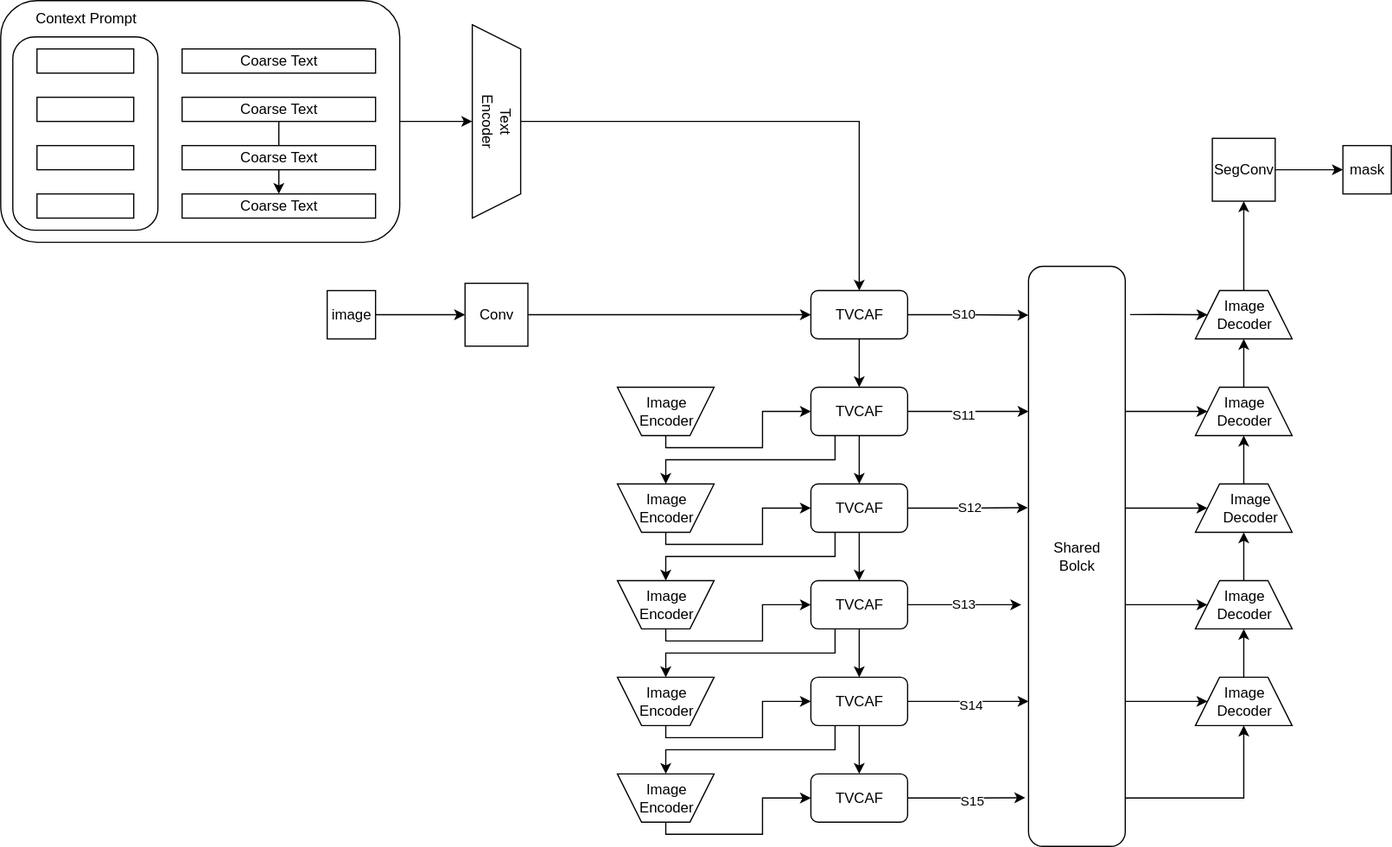
Above: MoME_revise/Gating.drawio.svg in hchench/NetStructure (draw.io), before the change. Source tidied: cells renumbered, new cells last; positions are measured from the earlier drawing's top-left corner, leaving out a move shared by most shapes.
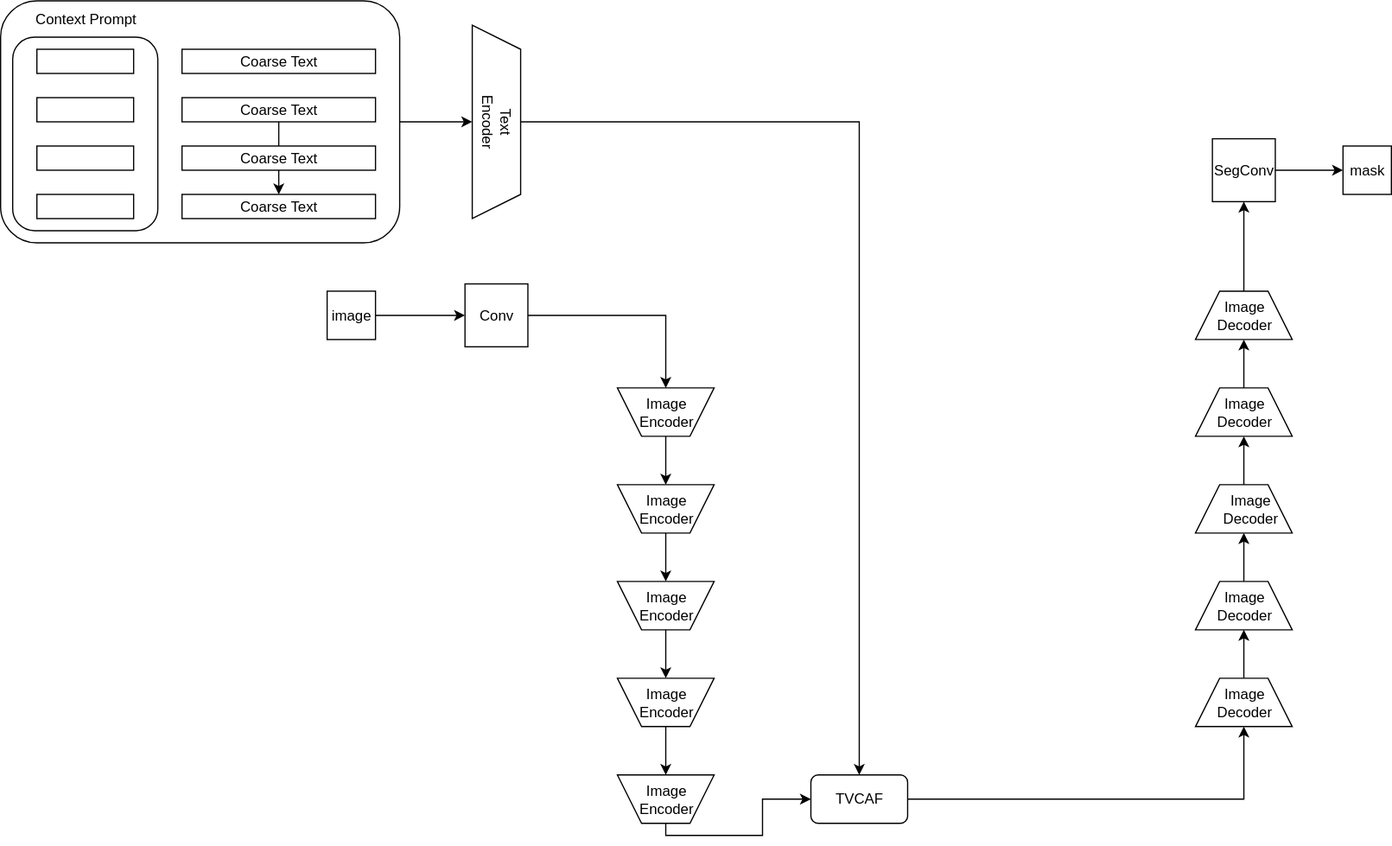
The same file after the commit.

The edit, as a diff of the source:
```diff
@@ -11,15 +11,9 @@
     <mxCell id="4" style="rounded=1;whiteSpace=wrap;html=1;" parent="1" vertex="1">
       <mxGeometry x="10" y="30" width="120" height="160" as="geometry" />
     </mxCell>
-    <mxCell id="5" style="edgeStyle=orthogonalEdgeStyle;rounded=0;jettySize=auto;html=1;exitX=0.5;exitY=0;exitDx=0;exitDy=0;entryX=0;entryY=0.5;entryDx=0;entryDy=0;" parent="1" edge="1" source="6" target="53">
-      <mxGeometry relative="1" as="geometry">
-        <Array as="points">
-          <mxPoint x="550" y="370" />
-          <mxPoint x="630" y="370" />
-          <mxPoint x="630" y="340" />
-        </Array>
-      </mxGeometry>
-    </mxCell>
+    <mxCell id="88" style="edgeStyle=orthogonalEdgeStyle;rounded=0;jettySize=auto;html=1;" parent="1" edge="1" source="6" target="27">
+      <mxGeometry relative="1" as="geometry" />
+    </mxCell>
     <mxCell id="6" style="shape=trapezoid;perimeter=trapezoidPerimeter;whiteSpace=wrap;html=1;fixedSize=1;rotation=-180;" parent="1" vertex="1">
       <mxGeometry x="510" y="320" width="80" height="40" as="geometry" />
     </mxCell>
@@ -32,9 +26,9 @@
     <mxCell id="9" value="&lt;font style=&quot;font-size: 12px;&quot;&gt;image&lt;/font&gt;" style="whiteSpace=wrap;html=1;" parent="1" vertex="1">
       <mxGeometry x="270" y="240" width="40" height="40" as="geometry" />
     </mxCell>
-    <mxCell id="10" style="edgeStyle=orthogonalEdgeStyle;rounded=0;jettySize=auto;html=1;exitX=0.5;exitY=0;exitDx=0;exitDy=0;entryX=0.5;entryY=0;entryDx=0;entryDy=0;" parent="1" edge="1" source="11" target="22">
-      <mxGeometry relative="1" as="geometry" />
-    </mxCell>
+    <mxCell id="89" style="edgeStyle=orthogonalEdgeStyle;rounded=0;jettySize=auto;html=1;exitX=0.5;exitY=0;exitDx=0;exitDy=0;entryX=0.5;entryY=0;entryDx=0;entryDy=0;" parent="1" edge="1" source="11" target="65">
+      <mxGeometry relative="1" as="geometry" />
+    </mxCell>
     <mxCell id="11" value="&lt;div style=&quot;&quot;&gt;&lt;span style=&quot;background-color: transparent; color: light-dark(rgb(0, 0, 0), rgb(255, 255, 255));&quot;&gt;Text&lt;/span&gt;&lt;/div&gt;&lt;div style=&quot;&quot;&gt;Encoder&lt;/div&gt;" style="shape=trapezoid;perimeter=trapezoidPerimeter;whiteSpace=wrap;html=1;fixedSize=1;rotation=90;align=center;" parent="1" vertex="1">
       <mxGeometry x="330" y="80" width="160" height="40" as="geometry" />
     </mxCell>
@@ -65,60 +59,36 @@
     <mxCell id="20" style="rounded=0;whiteSpace=wrap;html=1;" parent="1" vertex="1">
       <mxGeometry x="30" y="160" width="80" height="20" as="geometry" />
     </mxCell>
-    <mxCell id="21" style="edgeStyle=orthogonalEdgeStyle;rounded=0;jettySize=auto;html=1;exitX=0.5;exitY=1;exitDx=0;exitDy=0;entryX=0.5;entryY=0;entryDx=0;entryDy=0;" parent="1" edge="1" source="22" target="53">
-      <mxGeometry relative="1" as="geometry" />
-    </mxCell>
-    <mxCell id="22" value="TVCAF" style="rounded=1;whiteSpace=wrap;html=1;" parent="1" vertex="1">
-      <mxGeometry x="670" y="240" width="80" height="40" as="geometry" />
-    </mxCell>
     <mxCell id="23" value="Context Prompt" style="text;html=1;align=center;verticalAlign=middle;strokeColor=none;fillColor=none;" parent="1" vertex="1">
       <mxGeometry x="15" width="110" height="30" as="geometry" />
     </mxCell>
     <mxCell id="24" value="Image&lt;div&gt;Encoder&lt;/div&gt;" style="text;html=1;align=center;verticalAlign=middle;strokeColor=none;fillColor=none;" parent="1" vertex="1">
       <mxGeometry x="515" y="320" width="70" height="40" as="geometry" />
     </mxCell>
-    <mxCell id="25" style="edgeStyle=orthogonalEdgeStyle;rounded=0;jettySize=auto;html=1;exitX=0.5;exitY=0;exitDx=0;exitDy=0;entryX=0;entryY=0.5;entryDx=0;entryDy=0;" parent="1" edge="1" source="26" target="56">
-      <mxGeometry relative="1" as="geometry">
-        <Array as="points">
-          <mxPoint x="550" y="450" />
-          <mxPoint x="630" y="450" />
-          <mxPoint x="630" y="420" />
-        </Array>
-      </mxGeometry>
-    </mxCell>
     <mxCell id="26" style="shape=trapezoid;perimeter=trapezoidPerimeter;whiteSpace=wrap;html=1;fixedSize=1;rotation=-180;" parent="1" vertex="1">
       <mxGeometry x="510" y="400" width="80" height="40" as="geometry" />
     </mxCell>
+    <mxCell id="90" style="edgeStyle=orthogonalEdgeStyle;rounded=0;jettySize=auto;html=1;" parent="1" edge="1" source="27" target="30">
+      <mxGeometry relative="1" as="geometry" />
+    </mxCell>
     <mxCell id="27" value="Image&lt;div&gt;Encoder&lt;/div&gt;" style="text;html=1;align=center;verticalAlign=middle;points=[];strokeColor=none;fillColor=none;" parent="1" vertex="1">
       <mxGeometry x="515" y="400" width="70" height="40" as="geometry" />
     </mxCell>
-    <mxCell id="28" style="edgeStyle=orthogonalEdgeStyle;rounded=0;jettySize=auto;html=1;exitX=0.5;exitY=0;exitDx=0;exitDy=0;entryX=0;entryY=0.5;entryDx=0;entryDy=0;" parent="1" edge="1" source="29" target="61">
-      <mxGeometry relative="1" as="geometry">
-        <Array as="points">
-          <mxPoint x="550" y="530" />
-          <mxPoint x="630" y="530" />
-          <mxPoint x="630" y="500" />
-        </Array>
-      </mxGeometry>
-    </mxCell>
     <mxCell id="29" style="shape=trapezoid;perimeter=trapezoidPerimeter;whiteSpace=wrap;html=1;fixedSize=1;rotation=-180;" parent="1" vertex="1">
       <mxGeometry x="510" y="480" width="80" height="40" as="geometry" />
     </mxCell>
+    <mxCell id="91" style="edgeStyle=orthogonalEdgeStyle;rounded=0;jettySize=auto;html=1;" parent="1" edge="1" source="30" target="33">
+      <mxGeometry relative="1" as="geometry" />
+    </mxCell>
     <mxCell id="30" value="Image&lt;div&gt;Encoder&lt;/div&gt;" style="text;html=1;align=center;verticalAlign=middle;points=[];strokeColor=none;fillColor=none;" parent="1" vertex="1">
       <mxGeometry x="515" y="480" width="70" height="40" as="geometry" />
     </mxCell>
-    <mxCell id="31" style="edgeStyle=orthogonalEdgeStyle;rounded=0;jettySize=auto;html=1;exitX=0.5;exitY=0;exitDx=0;exitDy=0;entryX=0;entryY=0.5;entryDx=0;entryDy=0;" parent="1" edge="1" source="32" target="64">
-      <mxGeometry relative="1" as="geometry">
-        <Array as="points">
-          <mxPoint x="550" y="610" />
-          <mxPoint x="630" y="610" />
-          <mxPoint x="630" y="580" />
-        </Array>
-      </mxGeometry>
-    </mxCell>
     <mxCell id="32" style="shape=trapezoid;perimeter=trapezoidPerimeter;whiteSpace=wrap;html=1;fixedSize=1;rotation=-180;" parent="1" vertex="1">
       <mxGeometry x="510" y="560" width="80" height="40" as="geometry" />
     </mxCell>
+    <mxCell id="92" style="edgeStyle=orthogonalEdgeStyle;rounded=0;jettySize=auto;html=1;" parent="1" edge="1" source="33" target="36">
+      <mxGeometry relative="1" as="geometry" />
+    </mxCell>
     <mxCell id="33" value="Image&lt;div&gt;Encoder&lt;/div&gt;" style="text;html=1;align=center;verticalAlign=middle;points=[];strokeColor=none;fillColor=none;" parent="1" vertex="1">
       <mxGeometry x="515" y="560" width="70" height="40" as="geometry" />
     </mxCell>
@@ -179,151 +149,21 @@
     <mxCell id="50" value="Image&lt;div&gt;Decoder&lt;/div&gt;" style="text;html=1;align=center;verticalAlign=middle;strokeColor=none;fillColor=none;" parent="1" vertex="1">
       <mxGeometry x="993" y="560" width="70" height="40" as="geometry" />
     </mxCell>
-    <mxCell id="51" style="edgeStyle=orthogonalEdgeStyle;rounded=0;jettySize=auto;html=1;exitX=0.5;exitY=1;exitDx=0;exitDy=0;entryX=0.5;entryY=0;entryDx=0;entryDy=0;" parent="1" edge="1" source="53" target="56">
-      <mxGeometry relative="1" as="geometry" />
-    </mxCell>
-    <mxCell id="52" style="edgeStyle=orthogonalEdgeStyle;rounded=0;jettySize=auto;html=1;exitX=0.25;exitY=1;exitDx=0;exitDy=0;entryX=0.5;entryY=1;entryDx=0;entryDy=0;" parent="1" edge="1" source="53" target="26">
-      <mxGeometry relative="1" as="geometry">
-        <Array as="points">
-          <mxPoint x="690" y="380" />
-          <mxPoint x="550" y="380" />
-        </Array>
-      </mxGeometry>
-    </mxCell>
-    <mxCell id="53" value="TVCAF" style="rounded=1;whiteSpace=wrap;html=1;" parent="1" vertex="1">
-      <mxGeometry x="670" y="320" width="80" height="40" as="geometry" />
-    </mxCell>
-    <mxCell id="54" style="edgeStyle=orthogonalEdgeStyle;rounded=0;jettySize=auto;html=1;exitX=0.5;exitY=1;exitDx=0;exitDy=0;entryX=0.5;entryY=0;entryDx=0;entryDy=0;" parent="1" edge="1" source="56" target="61">
-      <mxGeometry relative="1" as="geometry" />
-    </mxCell>
-    <mxCell id="55" style="edgeStyle=orthogonalEdgeStyle;rounded=0;jettySize=auto;html=1;exitX=0.25;exitY=1;exitDx=0;exitDy=0;entryX=0.5;entryY=1;entryDx=0;entryDy=0;" parent="1" edge="1" source="56" target="29">
-      <mxGeometry relative="1" as="geometry">
-        <Array as="points">
-          <mxPoint x="690" y="460" />
-          <mxPoint x="550" y="460" />
-        </Array>
-      </mxGeometry>
-    </mxCell>
-    <mxCell id="56" value="TVCAF" style="rounded=1;whiteSpace=wrap;html=1;" parent="1" vertex="1">
-      <mxGeometry x="670" y="400" width="80" height="40" as="geometry" />
-    </mxCell>
-    <mxCell id="57" style="edgeStyle=orthogonalEdgeStyle;rounded=0;jettySize=auto;html=1;exitX=0.5;exitY=1;exitDx=0;exitDy=0;entryX=0.5;entryY=0;entryDx=0;entryDy=0;" parent="1" edge="1" source="61" target="64">
-      <mxGeometry relative="1" as="geometry" />
-    </mxCell>
-    <mxCell id="58" style="edgeStyle=orthogonalEdgeStyle;rounded=0;jettySize=auto;html=1;exitX=0.25;exitY=1;exitDx=0;exitDy=0;entryX=0.5;entryY=1;entryDx=0;entryDy=0;" parent="1" edge="1" source="61" target="32">
-      <mxGeometry relative="1" as="geometry">
-        <Array as="points">
-          <mxPoint x="690" y="540" />
-          <mxPoint x="550" y="540" />
-        </Array>
-      </mxGeometry>
-    </mxCell>
-    <mxCell id="59" style="edgeStyle=orthogonalEdgeStyle;rounded=0;jettySize=auto;html=1;exitX=1;exitY=0.5;exitDx=0;exitDy=0;" parent="1" edge="1" source="61">
-      <mxGeometry relative="1" as="geometry">
-        <mxPoint x="844" y="500" as="targetPoint" />
-      </mxGeometry>
-    </mxCell>
-    <mxCell id="60" value="S13" style="edgeLabel;html=1;align=center;verticalAlign=middle;" parent="59" vertex="1">
-      <mxGeometry x="-0.04" y="2" relative="1" as="geometry" />
-    </mxCell>
-    <mxCell id="61" value="TVCAF" style="rounded=1;whiteSpace=wrap;html=1;" parent="1" vertex="1">
-      <mxGeometry x="670" y="480" width="80" height="40" as="geometry" />
-    </mxCell>
-    <mxCell id="62" style="edgeStyle=orthogonalEdgeStyle;rounded=0;jettySize=auto;html=1;exitX=0.5;exitY=1;exitDx=0;exitDy=0;entryX=0.5;entryY=0;entryDx=0;entryDy=0;" parent="1" edge="1" source="64" target="65">
-      <mxGeometry relative="1" as="geometry" />
-    </mxCell>
-    <mxCell id="63" style="edgeStyle=orthogonalEdgeStyle;rounded=0;jettySize=auto;html=1;exitX=0.25;exitY=1;exitDx=0;exitDy=0;entryX=0.5;entryY=1;entryDx=0;entryDy=0;" parent="1" edge="1" source="64" target="35">
-      <mxGeometry relative="1" as="geometry">
-        <Array as="points">
-          <mxPoint x="690" y="620" />
-          <mxPoint x="550" y="620" />
-        </Array>
-      </mxGeometry>
-    </mxCell>
-    <mxCell id="64" value="TVCAF" style="rounded=1;whiteSpace=wrap;html=1;" parent="1" vertex="1">
-      <mxGeometry x="670" y="560" width="80" height="40" as="geometry" />
-    </mxCell>
+    <mxCell id="93" style="edgeStyle=orthogonalEdgeStyle;rounded=0;jettySize=auto;html=1;exitX=1;exitY=0.5;exitDx=0;exitDy=0;entryX=0.5;entryY=1;entryDx=0;entryDy=0;" parent="1" edge="1" source="65" target="49">
+      <mxGeometry relative="1" as="geometry" />
+    </mxCell>
     <mxCell id="65" value="TVCAF" style="rounded=1;whiteSpace=wrap;html=1;" parent="1" vertex="1">
       <mxGeometry x="670" y="640" width="80" height="40" as="geometry" />
     </mxCell>
-    <mxCell id="66" style="edgeStyle=orthogonalEdgeStyle;rounded=0;jettySize=auto;html=1;exitX=1;exitY=0.944;exitDx=0;exitDy=0;entryX=0.5;entryY=1;entryDx=0;entryDy=0;exitPerimeter=0;" parent="1" edge="1" source="72" target="49">
-      <mxGeometry relative="1" as="geometry">
-        <Array as="points">
-          <mxPoint x="1028" y="660" />
-        </Array>
-      </mxGeometry>
-    </mxCell>
-    <mxCell id="67" style="edgeStyle=orthogonalEdgeStyle;rounded=0;jettySize=auto;html=1;exitX=1;exitY=0.75;exitDx=0;exitDy=0;entryX=0;entryY=0.5;entryDx=0;entryDy=0;" parent="1" edge="1" source="72" target="49">
-      <mxGeometry relative="1" as="geometry">
-        <Array as="points">
-          <mxPoint x="910" y="620" />
-        </Array>
-      </mxGeometry>
-    </mxCell>
-    <mxCell id="68" style="edgeStyle=orthogonalEdgeStyle;rounded=0;jettySize=auto;html=1;exitX=1;exitY=0.5;exitDx=0;exitDy=0;entryX=0;entryY=0.5;entryDx=0;entryDy=0;" parent="1" edge="1" source="72" target="46">
-      <mxGeometry relative="1" as="geometry">
-        <Array as="points">
-          <mxPoint x="910" y="540" />
-        </Array>
-      </mxGeometry>
-    </mxCell>
-    <mxCell id="69" style="edgeStyle=orthogonalEdgeStyle;rounded=0;jettySize=auto;html=1;exitX=1;exitY=0.25;exitDx=0;exitDy=0;entryX=0;entryY=0.5;entryDx=0;entryDy=0;" parent="1" edge="1" source="72" target="43">
-      <mxGeometry relative="1" as="geometry">
-        <Array as="points">
-          <mxPoint x="910" y="460" />
-        </Array>
-      </mxGeometry>
-    </mxCell>
-    <mxCell id="70" style="edgeStyle=orthogonalEdgeStyle;rounded=0;jettySize=auto;html=1;exitX=1;exitY=0.25;exitDx=0;exitDy=0;entryX=0;entryY=0.5;entryDx=0;entryDy=0;" parent="1" edge="1" source="72" target="40">
-      <mxGeometry relative="1" as="geometry" />
-    </mxCell>
-    <mxCell id="71" style="edgeStyle=orthogonalEdgeStyle;rounded=0;jettySize=auto;html=1;exitX=1.05;exitY=0.083;exitDx=0;exitDy=0;exitPerimeter=0;" parent="1" edge="1" source="72" target="7">
-      <mxGeometry relative="1" as="geometry" />
-    </mxCell>
-    <mxCell id="72" value="Shared&lt;div&gt;Bolck&lt;/div&gt;" style="rounded=1;whiteSpace=wrap;html=1;" parent="1" vertex="1">
-      <mxGeometry x="850" y="220" width="80" height="480" as="geometry" />
-    </mxCell>
-    <mxCell id="73" style="edgeStyle=orthogonalEdgeStyle;rounded=0;jettySize=auto;html=1;exitX=1;exitY=0.5;exitDx=0;exitDy=0;entryX=0;entryY=0.25;entryDx=0;entryDy=0;" parent="1" edge="1" source="53" target="72">
-      <mxGeometry relative="1" as="geometry" />
-    </mxCell>
-    <mxCell id="74" value="S11" style="edgeLabel;html=1;align=center;verticalAlign=middle;" parent="73" vertex="1">
-      <mxGeometry x="-0.1" y="-2" relative="1" as="geometry" />
-    </mxCell>
-    <mxCell id="75" style="edgeStyle=orthogonalEdgeStyle;rounded=0;jettySize=auto;html=1;exitX=1;exitY=0.5;exitDx=0;exitDy=0;entryX=-0.008;entryY=0.416;entryDx=0;entryDy=0;entryPerimeter=0;" parent="1" edge="1" source="56" target="72">
-      <mxGeometry relative="1" as="geometry" />
-    </mxCell>
-    <mxCell id="76" value="S12" style="edgeLabel;html=1;align=center;verticalAlign=middle;" parent="75" vertex="1">
-      <mxGeometry x="0.03" y="2" relative="1" as="geometry">
-        <mxPoint y="1" as="offset" />
-      </mxGeometry>
-    </mxCell>
-    <mxCell id="77" style="edgeStyle=orthogonalEdgeStyle;rounded=0;jettySize=auto;html=1;exitX=1;exitY=0.5;exitDx=0;exitDy=0;entryX=0;entryY=0.75;entryDx=0;entryDy=0;" parent="1" edge="1" source="64" target="72">
-      <mxGeometry relative="1" as="geometry" />
-    </mxCell>
-    <mxCell id="78" value="S14" style="edgeLabel;html=1;align=center;verticalAlign=middle;" parent="77" vertex="1">
-      <mxGeometry x="0.03" y="-2" relative="1" as="geometry" />
-    </mxCell>
-    <mxCell id="79" style="edgeStyle=orthogonalEdgeStyle;rounded=0;jettySize=auto;html=1;exitX=1;exitY=0.5;exitDx=0;exitDy=0;entryX=0;entryY=0.084;entryDx=0;entryDy=0;entryPerimeter=0;" parent="1" edge="1" source="22" target="72">
-      <mxGeometry relative="1" as="geometry" />
-    </mxCell>
-    <mxCell id="80" value="S10" style="edgeLabel;html=1;align=center;verticalAlign=middle;" parent="79" vertex="1">
-      <mxGeometry x="-0.1" y="2" relative="1" as="geometry" />
-    </mxCell>
-    <mxCell id="81" style="edgeStyle=orthogonalEdgeStyle;rounded=0;jettySize=auto;html=1;exitX=1;exitY=0.5;exitDx=0;exitDy=0;entryX=-0.033;entryY=0.916;entryDx=0;entryDy=0;entryPerimeter=0;" parent="1" edge="1" source="65" target="72">
-      <mxGeometry relative="1" as="geometry" />
-    </mxCell>
-    <mxCell id="82" value="S15" style="edgeLabel;html=1;align=center;verticalAlign=middle;" parent="81" vertex="1">
-      <mxGeometry x="0.08" y="-2" relative="1" as="geometry" />
-    </mxCell>
     <mxCell id="83" style="edgeStyle=orthogonalEdgeStyle;rounded=0;jettySize=auto;html=1;" parent="1" edge="1" source="84" target="87">
       <mxGeometry relative="1" as="geometry" />
     </mxCell>
     <mxCell id="84" value="&lt;font style=&quot;font-size: 12px;&quot;&gt;SegConv&lt;/font&gt;" style="whiteSpace=wrap;html=1;" parent="1" vertex="1">
       <mxGeometry x="1002" y="114" width="52" height="52" as="geometry" />
     </mxCell>
-    <mxCell id="85" style="edgeStyle=orthogonalEdgeStyle;rounded=0;jettySize=auto;html=1;exitX=1;exitY=0.5;exitDx=0;exitDy=0;entryX=0;entryY=0.5;entryDx=0;entryDy=0;" parent="1" edge="1" source="86" target="22">
-      <mxGeometry relative="1" as="geometry" />
-    </mxCell>
+    <mxCell id="94" style="edgeStyle=orthogonalEdgeStyle;rounded=0;jettySize=auto;html=1;exitX=1;exitY=0.5;exitDx=0;exitDy=0;entryX=0.5;entryY=1;entryDx=0;entryDy=0;" parent="1" edge="1" source="86" target="6">
+      <mxGeometry relative="1" as="geometry" />
+    </mxCell>
     <mxCell id="86" value="&lt;font style=&quot;font-size: 12px;&quot;&gt;Conv&lt;/font&gt;" style="whiteSpace=wrap;html=1;" parent="1" vertex="1">
       <mxGeometry x="384" y="234" width="52" height="52" as="geometry" />
     </mxCell>
```
